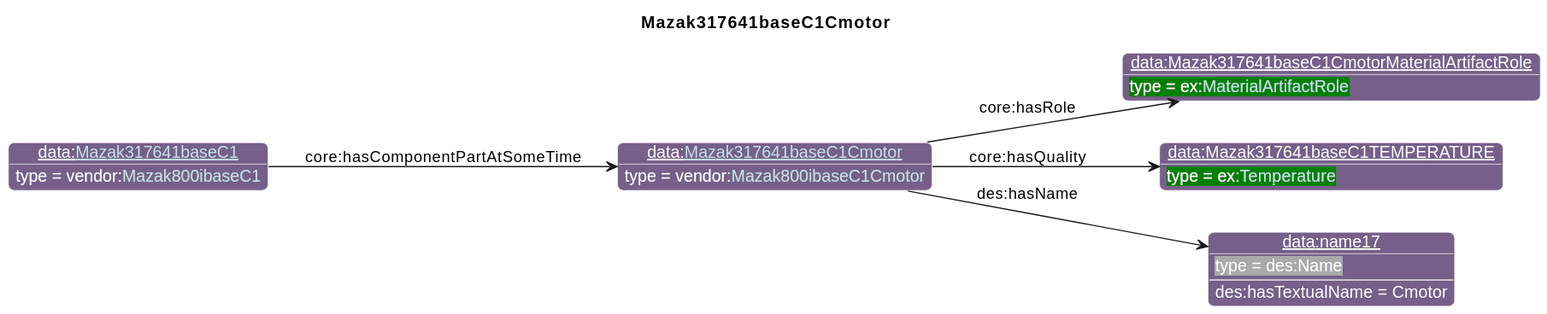
This is diagrams/Mazak317641baseC1Cmotor.svg from iofoundry/example-syseng-mtconnect, a PlantUML export, as it was before one commit.
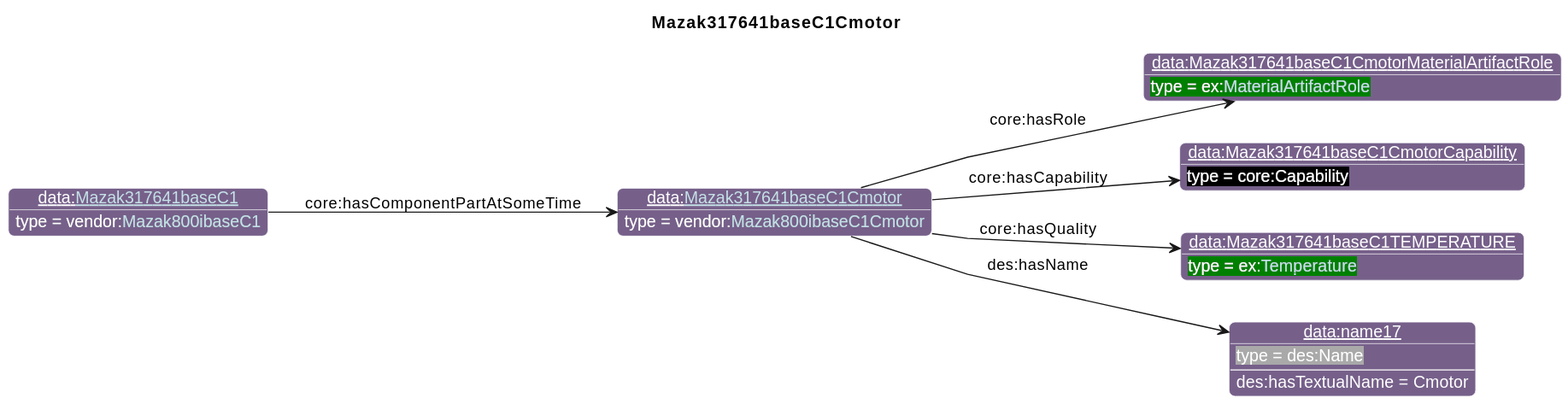
The same diagram one commit later.

The edit, as a diff of the source:
```diff
@@ -27,12 +27,14 @@
       }
 individual(o0, data:[[./Mazak317641baseC1Cmotor.html Mazak317641baseC1Cmotor]], vendor:[[../Mazak.html#Mazak800ibaseC1Cmotor Mazak800ibaseC1Cmotor]])
 individual(o1, data:Mazak317641baseC1CmotorMaterialArtifactRole, ex:[[../Example.html#MaterialArtifactRole MaterialArtifactRole]])
-individual(o2, data:Mazak317641baseC1TEMPERATURE, ex:[[../Example.html#Temperature Temperature]])
-individual(o3, data:name17, des:Name)
-individual(o4, data:[[./Mazak317641baseC1.html Mazak317641baseC1]], vendor:[[../Mazak.html#Mazak800ibaseC1 Mazak800ibaseC1]])
+individual(o2, data:Mazak317641baseC1CmotorCapability, core:Capability)
+individual(o3, data:Mazak317641baseC1TEMPERATURE, ex:[[../Example.html#Temperature Temperature]])
+individual(o4, data:name17, des:Name)
+individual(o5, data:[[./Mazak317641baseC1.html Mazak317641baseC1]], vendor:[[../Mazak.html#Mazak800ibaseC1 Mazak800ibaseC1]])
 property(o0, "core:hasRole", o1)
-property(o0, "core:hasQuality", o2)
-property(o0, "des:hasName", o3)
-data(o3, "des:hasTextualName", "Cmotor")
-property(o4, "core:hasComponentPartAtSomeTime", o0)
+property(o0, "core:hasCapability", o2)
+property(o0, "core:hasQuality", o3)
+property(o0, "des:hasName", o4)
+data(o4, "des:hasTextualName", "Cmotor")
+property(o5, "core:hasComponentPartAtSomeTime", o0)
 @enduml
```
